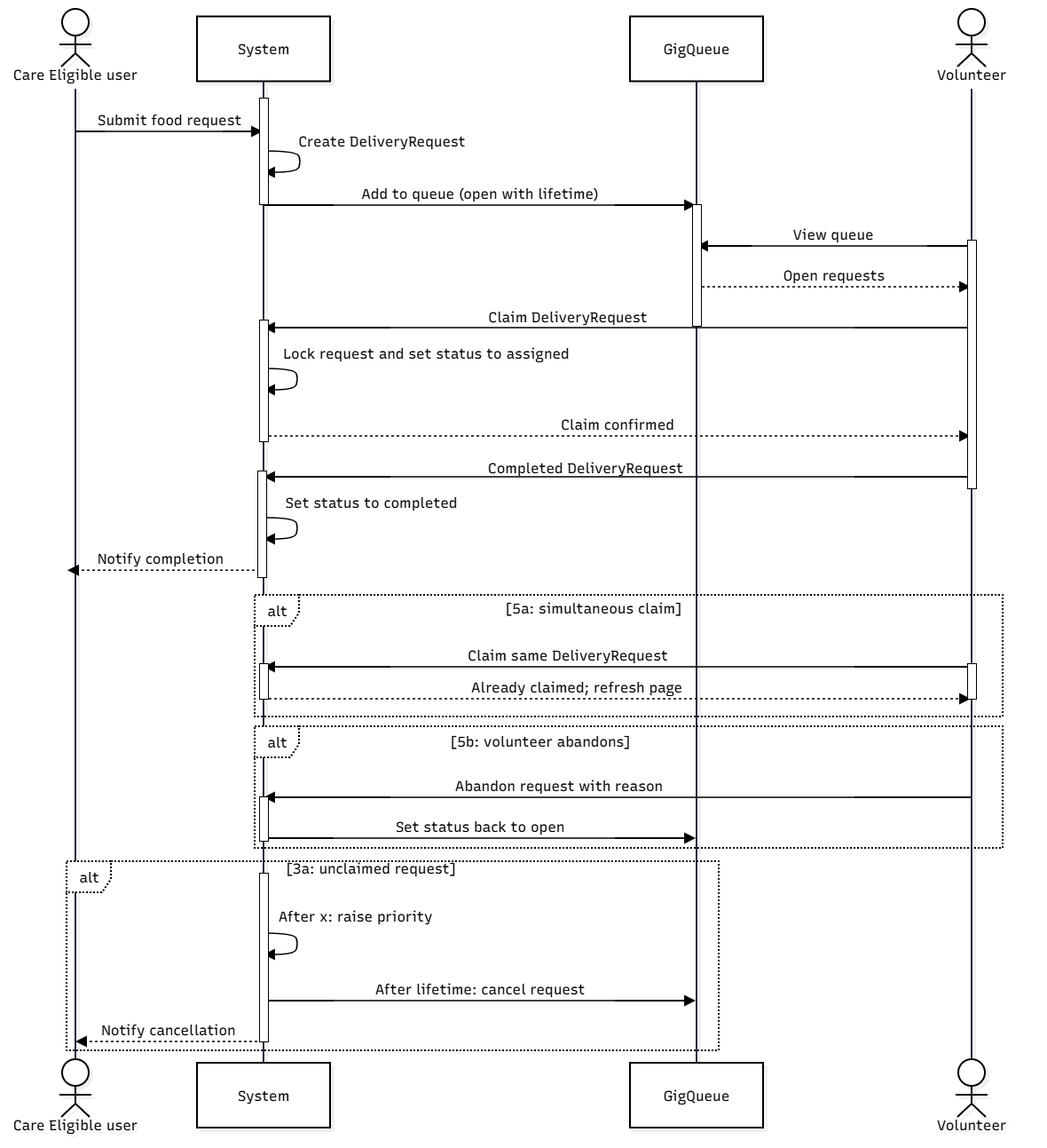
Before: Documentation/Diagrams/Sequence/Case3-seq.png, a diagram exported from draw.io (Abdull-Abraheem/CS350FinalProject). Source tidied: cells renumbered, new cells last; positions are measured from the earlier drawing's top-left corner, leaving out a move shared by most shapes.
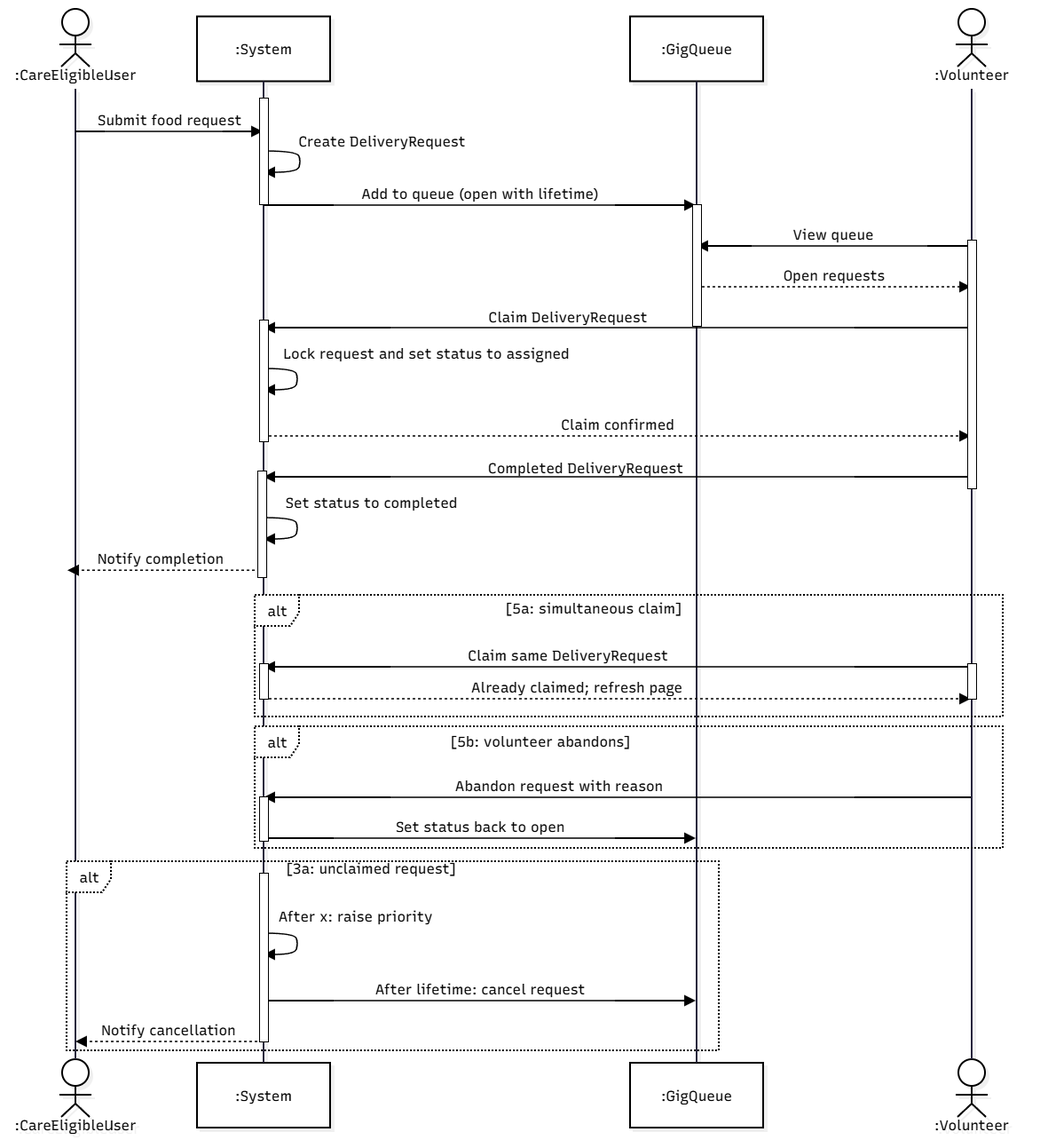
Later version of the same file.

Commit message:
Adding Case12, along with touch ups to case 3

Separated 3B since I did not want to add a column that was only used once

Change to the diagram source:
```diff
@@ -5,16 +5,16 @@
     <mxCell id="2" style="group;transparentBounds=1;editIcon=1;lockedGroup=0;groupPadding=10;labelBackgroundColor=none;rounded=0;" parent="1" vertex="1">
       <mxGeometry as="geometry" />
     </mxCell>
-    <mxCell id="3" value="Care Eligible user" style="html=1;shape=umlLifeline;perimeter=lifelinePerimeter;whiteSpace=wrap;outlineConnect=0;portConstraint=eastwest;newEdgeStyle={&quot;edgeStyle&quot;:&quot;sequenceEdgeStyle&quot;,&quot;libavoidRouting&quot;:0,&quot;curved&quot;:0,&quot;rounded&quot;:0};lifelineDashed=0;strokeWidth=2;rounded=0;absoluteArcSize=1;arcSize=12;lifelineColor=#28253D;participant=seqActorStick;verticalAlign=bottom;align=center;spacingBottom=4;size=90;lifelineMirror=1;fontFamily=Recursive;fontSize=16;shadow=1;shadowColor=#000000;shadowOffsetX=4;shadowOffsetY=4;shadowBlur=0;shadowOpacity=6;fontSource=https%3A%2F%2Ffonts.googleapis.com%2Fcss%3Ffamily%3DRecursive;labelBackgroundColor=none;" parent="2" vertex="1">
+    <mxCell id="3" value=":CareEligibleUser" style="html=1;shape=umlLifeline;perimeter=lifelinePerimeter;whiteSpace=wrap;outlineConnect=0;portConstraint=eastwest;newEdgeStyle={&quot;edgeStyle&quot;:&quot;sequenceEdgeStyle&quot;,&quot;libavoidRouting&quot;:0,&quot;curved&quot;:0,&quot;rounded&quot;:0};lifelineDashed=0;strokeWidth=2;rounded=0;absoluteArcSize=1;arcSize=12;lifelineColor=#28253D;participant=seqActorStick;verticalAlign=bottom;align=center;spacingBottom=4;size=90;lifelineMirror=1;fontFamily=Recursive;fontSize=16;shadow=1;shadowColor=#000000;shadowOffsetX=4;shadowOffsetY=4;shadowBlur=0;shadowOpacity=6;fontSource=https%3A%2F%2Ffonts.googleapis.com%2Fcss%3Ffamily%3DRecursive;labelBackgroundColor=none;" parent="2" vertex="1">
       <mxGeometry y="30" width="150" height="1273" as="geometry" />
     </mxCell>
-    <mxCell id="4" value="System" style="html=1;shape=umlLifeline;perimeter=lifelinePerimeter;whiteSpace=wrap;outlineConnect=0;portConstraint=eastwest;newEdgeStyle={&quot;edgeStyle&quot;:&quot;sequenceEdgeStyle&quot;,&quot;libavoidRouting&quot;:0,&quot;curved&quot;:0,&quot;rounded&quot;:0};lifelineDashed=0;strokeWidth=2;rounded=0;absoluteArcSize=1;arcSize=12;lifelineColor=#28253D;size=73;lifelineMirror=1;fontFamily=Recursive;fontSize=16;shadow=1;shadowColor=#000000;shadowOffsetX=4;shadowOffsetY=4;shadowBlur=0;shadowOpacity=6;fontSource=https%3A%2F%2Ffonts.googleapis.com%2Fcss%3Ffamily%3DRecursive;labelBackgroundColor=none;" parent="2" vertex="1">
+    <mxCell id="4" value=":System" style="html=1;shape=umlLifeline;perimeter=lifelinePerimeter;whiteSpace=wrap;outlineConnect=0;portConstraint=eastwest;newEdgeStyle={&quot;edgeStyle&quot;:&quot;sequenceEdgeStyle&quot;,&quot;libavoidRouting&quot;:0,&quot;curved&quot;:0,&quot;rounded&quot;:0};lifelineDashed=0;strokeWidth=2;rounded=0;absoluteArcSize=1;arcSize=12;lifelineColor=#28253D;size=73;lifelineMirror=1;fontFamily=Recursive;fontSize=16;shadow=1;shadowColor=#000000;shadowOffsetX=4;shadowOffsetY=4;shadowBlur=0;shadowOpacity=6;fontSource=https%3A%2F%2Ffonts.googleapis.com%2Fcss%3Ffamily%3DRecursive;labelBackgroundColor=none;" parent="2" vertex="1">
       <mxGeometry x="212" y="38.5" width="150" height="1251.5" as="geometry" />
     </mxCell>
-    <mxCell id="5" value="GigQueue" style="html=1;shape=umlLifeline;perimeter=lifelinePerimeter;whiteSpace=wrap;outlineConnect=0;portConstraint=eastwest;newEdgeStyle={&quot;edgeStyle&quot;:&quot;sequenceEdgeStyle&quot;,&quot;libavoidRouting&quot;:0,&quot;curved&quot;:0,&quot;rounded&quot;:0};lifelineDashed=0;strokeWidth=2;rounded=0;absoluteArcSize=1;arcSize=12;lifelineColor=#28253D;size=73;lifelineMirror=1;fontFamily=Recursive;fontSize=16;shadow=1;shadowColor=#000000;shadowOffsetX=4;shadowOffsetY=4;shadowBlur=0;shadowOpacity=6;fontSource=https%3A%2F%2Ffonts.googleapis.com%2Fcss%3Ffamily%3DRecursive;labelBackgroundColor=none;" parent="2" vertex="1">
+    <mxCell id="5" value=":GigQueue" style="html=1;shape=umlLifeline;perimeter=lifelinePerimeter;whiteSpace=wrap;outlineConnect=0;portConstraint=eastwest;newEdgeStyle={&quot;edgeStyle&quot;:&quot;sequenceEdgeStyle&quot;,&quot;libavoidRouting&quot;:0,&quot;curved&quot;:0,&quot;rounded&quot;:0};lifelineDashed=0;strokeWidth=2;rounded=0;absoluteArcSize=1;arcSize=12;lifelineColor=#28253D;size=73;lifelineMirror=1;fontFamily=Recursive;fontSize=16;shadow=1;shadowColor=#000000;shadowOffsetX=4;shadowOffsetY=4;shadowBlur=0;shadowOpacity=6;fontSource=https%3A%2F%2Ffonts.googleapis.com%2Fcss%3Ffamily%3DRecursive;labelBackgroundColor=none;" parent="2" vertex="1">
       <mxGeometry x="700" y="38.5" width="150" height="1251.5" as="geometry" />
     </mxCell>
-    <mxCell id="6" value="Volunteer" style="html=1;shape=umlLifeline;perimeter=lifelinePerimeter;whiteSpace=wrap;outlineConnect=0;portConstraint=eastwest;newEdgeStyle={&quot;edgeStyle&quot;:&quot;sequenceEdgeStyle&quot;,&quot;libavoidRouting&quot;:0,&quot;curved&quot;:0,&quot;rounded&quot;:0};lifelineDashed=0;strokeWidth=2;rounded=0;absoluteArcSize=1;arcSize=12;lifelineColor=#28253D;participant=seqActorStick;verticalAlign=bottom;align=center;spacingBottom=4;size=90;lifelineMirror=1;fontFamily=Recursive;fontSize=16;shadow=1;shadowColor=#000000;shadowOffsetX=4;shadowOffsetY=4;shadowBlur=0;shadowOpacity=6;fontSource=https%3A%2F%2Ffonts.googleapis.com%2Fcss%3Ffamily%3DRecursive;labelBackgroundColor=none;" parent="2" vertex="1">
+    <mxCell id="6" value=":Volunteer" style="html=1;shape=umlLifeline;perimeter=lifelinePerimeter;whiteSpace=wrap;outlineConnect=0;portConstraint=eastwest;newEdgeStyle={&quot;edgeStyle&quot;:&quot;sequenceEdgeStyle&quot;,&quot;libavoidRouting&quot;:0,&quot;curved&quot;:0,&quot;rounded&quot;:0};lifelineDashed=0;strokeWidth=2;rounded=0;absoluteArcSize=1;arcSize=12;lifelineColor=#28253D;participant=seqActorStick;verticalAlign=bottom;align=center;spacingBottom=4;size=90;lifelineMirror=1;fontFamily=Recursive;fontSize=16;shadow=1;shadowColor=#000000;shadowOffsetX=4;shadowOffsetY=4;shadowBlur=0;shadowOpacity=6;fontSource=https%3A%2F%2Ffonts.googleapis.com%2Fcss%3Ffamily%3DRecursive;labelBackgroundColor=none;" parent="2" vertex="1">
       <mxGeometry x="1010" y="30" width="150" height="1273" as="geometry" />
     </mxCell>
     <mxCell id="7" value="alt" style="html=1;shape=umlFrame;dashed=1;fixDash=1;dashPattern=2 2;strokeWidth=2;fontSize=16;align=center;verticalAlign=middle;fontFamily=Recursive;height=35;width=50;fontSource=https%3A%2F%2Ffonts.googleapis.com%2Fcss%3Ffamily%3DRecursive;labelBackgroundColor=none;rounded=0;" parent="2" vertex="1">
```
